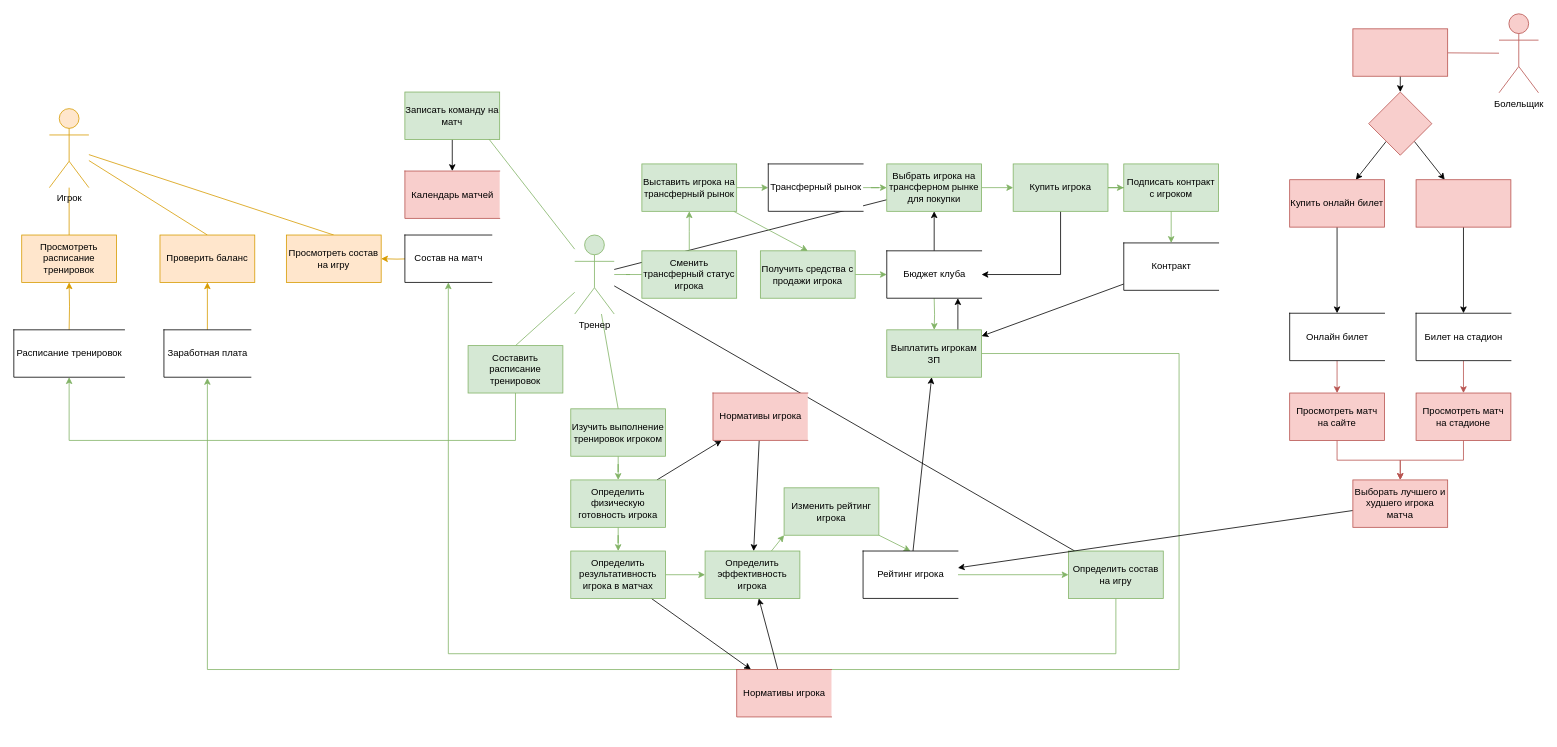
Above: DFD Diagramm.drawio in Alexsander996/football (draw.io), before the change. Source tidied: cells renumbered, new cells numbered last; positions are measured from the earlier drawing's top-left corner, leaving out a move shared by most shapes. Both pictures are drawn from the tidied source at 79%, with x=0, y=0 at pixel (13, 13).
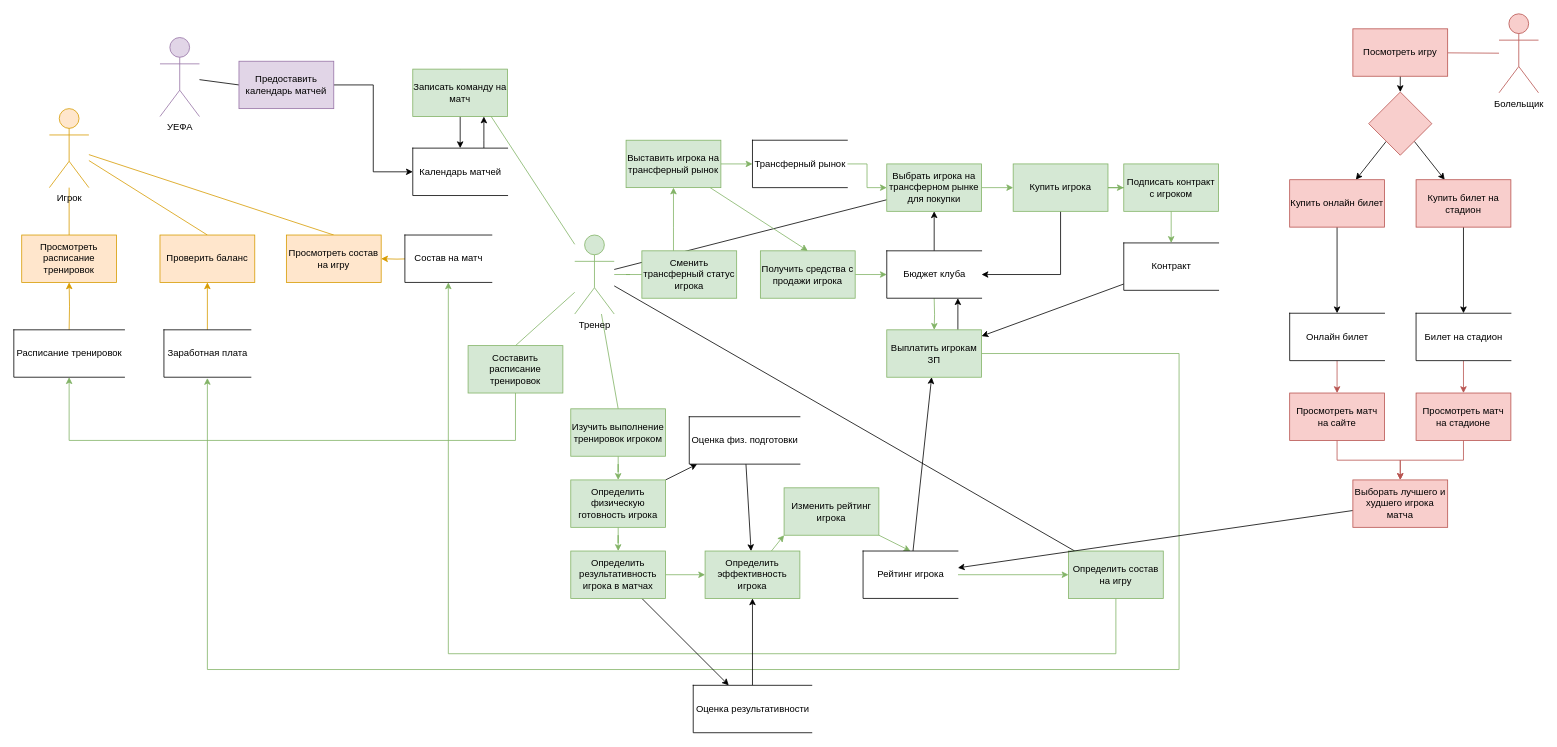
The same page after the edit.

The change refers to these unchanged cells:
```xml
<mxCell id="38" value="Сменить трансферный статус игрока" style="rounded=0;whiteSpace=wrap;html=1;fillColor=#d5e8d4;strokeColor=#82b366;" parent="1" vertex="1">
  <mxGeometry x="795" y="300" width="120" height="60" as="geometry" />
</mxCell>
```

Change to the diagram source:
```diff
@@
-    <mxCell id="25" style="edgeStyle=none;rounded=0;jettySize=auto;html=1;endArrow=classic;endFill=1;" parent="1" edge="1" source="26" target="55">
+    <mxCell id="25" style="edgeStyle=orthogonalEdgeStyle;rounded=0;jettySize=auto;html=1;entryX=0.5;entryY=0;entryDx=0;entryDy=0;endArrow=classic;endFill=1;" parent="1" edge="1" source="26" target="55">
       <mxGeometry relative="1" as="geometry" />
     </mxCell>
     <mxCell id="26" value="Записать команду на матч" style="rounded=0;whiteSpace=wrap;html=1;fillColor=#d5e8d4;strokeColor=#82b366;" parent="1" vertex="1">
-      <mxGeometry x="495" y="99" width="120" height="60" as="geometry" />
+      <mxGeometry x="505" y="70" width="120" height="60" as="geometry" />
     </mxCell>
@@
-    <mxCell id="37" style="edgeStyle=orthogonalEdgeStyle;rounded=0;jettySize=auto;html=1;entryX=0.5;entryY=1;entryDx=0;entryDy=0;endArrow=classic;endFill=1;fillColor=#d5e8d4;strokeColor=#82b366;" parent="1" edge="1" source="38">
-      <mxGeometry relative="1" as="geometry">
-        <mxPoint x="855" y="250" as="targetPoint" />
-      </mxGeometry>
-    </mxCell>
+    <mxCell id="93" style="edgeStyle=orthogonalEdgeStyle;rounded=0;jettySize=auto;html=1;entryX=0.5;entryY=1;entryDx=0;entryDy=0;fillColor=#d5e8d4;strokeColor=#82b366;" parent="1" edge="1" source="38" target="73">
+      <mxGeometry relative="1" as="geometry">
+        <Array as="points">
+          <mxPoint x="835" y="270" />
+          <mxPoint x="835" y="270" />
+        </Array>
+      </mxGeometry>
+    </mxCell>
@@
+    <mxCell id="94" style="edgeStyle=orthogonalEdgeStyle;rounded=0;jettySize=auto;html=1;entryX=0.75;entryY=1;entryDx=0;entryDy=0;endArrow=classic;endFill=1;" parent="1" edge="1" source="55" target="26">
+      <mxGeometry relative="1" as="geometry">
+        <Array as="points">
+          <mxPoint x="595" y="160" />
+          <mxPoint x="595" y="160" />
+        </Array>
+      </mxGeometry>
+    </mxCell>
-    <mxCell id="55" value="Календарь матчей" style="html=1;dashed=0;whitespace=wrap;shape=partialRectangle;right=0;fillColor=#f8cecc;strokeColor=#b85450;" parent="1" vertex="1">
-      <mxGeometry x="495" y="199" width="120" height="60" as="geometry" />
+    <mxCell id="55" value="Календарь матчей" style="html=1;dashed=0;whitespace=wrap;shape=partialRectangle;right=0;" parent="1" vertex="1">
+      <mxGeometry x="505" y="170" width="120" height="60" as="geometry" />
     </mxCell>
@@
-    <mxCell id="70" style="rounded=0;whiteSpace=wrap;html=1;fillColor=#f8cecc;strokeColor=#b85450;" parent="1" vertex="1">
+    <mxCell id="70" value="Посмотреть игру" style="rounded=0;whiteSpace=wrap;html=1;fillColor=#f8cecc;strokeColor=#b85450;" parent="1" vertex="1">
       <mxGeometry x="1695" y="19" width="120" height="60" as="geometry" />
     </mxCell>
@@
     <mxCell id="73" value="Выставить игрока на трансферный рынок&lt;br&gt;" style="rounded=0;whiteSpace=wrap;html=1;fillColor=#d5e8d4;strokeColor=#82b366;" parent="1" vertex="1">
-      <mxGeometry x="795" y="190" width="120" height="60" as="geometry" />
+      <mxGeometry x="775" y="160" width="120" height="60" as="geometry" />
     </mxCell>
@@
     <mxCell id="75" value="Трансферный рынок" style="html=1;dashed=0;whitespace=wrap;shape=partialRectangle;right=0;" parent="1" vertex="1">
-      <mxGeometry x="955" y="190" width="120" height="60" as="geometry" />
+      <mxGeometry x="935" y="160" width="120" height="60" as="geometry" />
     </mxCell>
@@
-    <mxCell id="88" value="Нормативы игрока" style="html=1;dashed=0;whitespace=wrap;shape=partialRectangle;right=0;fillColor=#f8cecc;strokeColor=#b85450;" parent="1" vertex="1">
-      <mxGeometry x="885" y="480" width="120" height="60" as="geometry" />
+    <mxCell id="88" value="Оценка физ. подготовки" style="html=1;dashed=0;whitespace=wrap;shape=partialRectangle;right=0;" parent="1" vertex="1">
+      <mxGeometry x="855" y="510" width="140" height="60" as="geometry" />
     </mxCell>
@@
-    <mxCell id="90" value="Нормативы игрока" style="html=1;dashed=0;whitespace=wrap;shape=partialRectangle;right=0;fillColor=#f8cecc;strokeColor=#b85450;" parent="1" vertex="1">
-      <mxGeometry x="915" y="830" width="120" height="60" as="geometry" />
+    <mxCell id="90" value="Оценка результативности" style="html=1;dashed=0;whitespace=wrap;shape=partialRectangle;right=0;" parent="1" vertex="1">
+      <mxGeometry x="860" y="850" width="150" height="60" as="geometry" />
     </mxCell>
@@
-    <mxCell id="92" style="rounded=0;whiteSpace=wrap;html=1;fillColor=#f8cecc;strokeColor=#b85450;" parent="1" vertex="1">
+    <mxCell id="92" value="Купить билет на стадион" style="rounded=0;whiteSpace=wrap;html=1;fillColor=#f8cecc;strokeColor=#b85450;" parent="1" vertex="1">
       <mxGeometry x="1775" y="210" width="120" height="60" as="geometry" />
     </mxCell>
+    <mxCell id="95" style="rounded=0;jettySize=auto;html=1;entryX=0;entryY=0.5;entryDx=0;entryDy=0;endArrow=none;endFill=0;" parent="1" edge="1" source="96" target="98">
+      <mxGeometry relative="1" as="geometry" />
+    </mxCell>
+    <mxCell id="96" value="УЕФА" style="shape=umlActor;verticalLabelPosition=bottom;verticalAlign=top;html=1;outlineConnect=0;fillColor=#e1d5e7;strokeColor=#9673a6;" parent="1" vertex="1">
+      <mxGeometry x="185" y="30" width="50" height="100" as="geometry" />
+    </mxCell>
+    <mxCell id="97" style="edgeStyle=orthogonalEdgeStyle;rounded=0;jettySize=auto;html=1;entryX=0;entryY=0.5;entryDx=0;entryDy=0;endArrow=classic;endFill=1;" parent="1" edge="1" source="98" target="55">
+      <mxGeometry relative="1" as="geometry" />
+    </mxCell>
+    <mxCell id="98" value="Предоставить календарь матчей" style="rounded=0;whiteSpace=wrap;html=1;fillColor=#e1d5e7;strokeColor=#9673a6;" parent="1" vertex="1">
+      <mxGeometry x="285" y="60" width="120" height="60" as="geometry" />
+    </mxCell>
```
